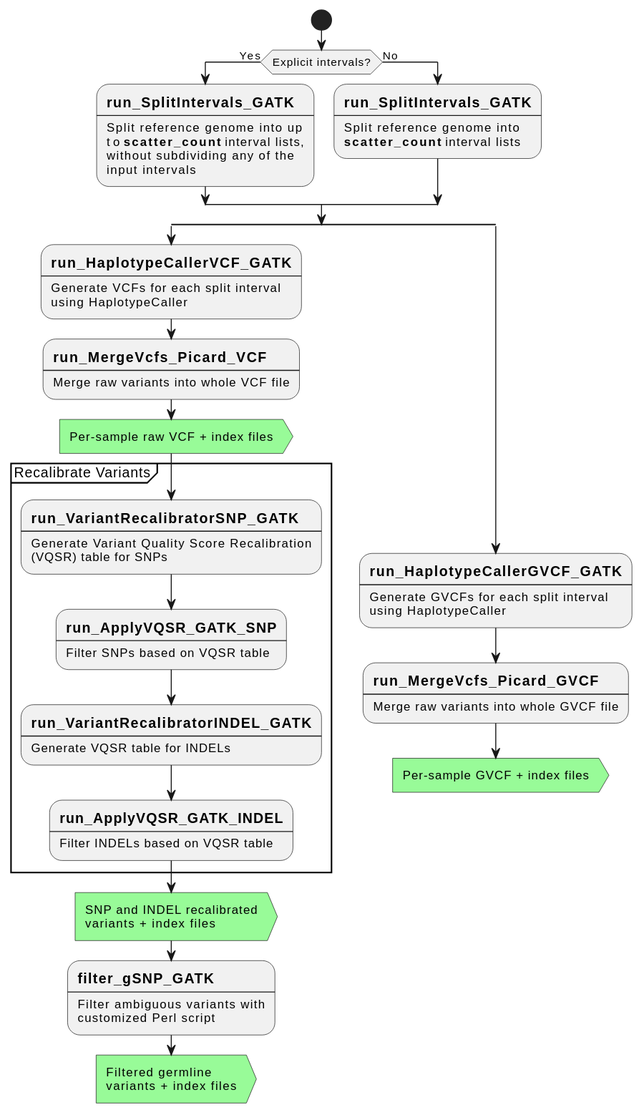
The PlantUML diagram docs/call-gsnp-flow.svg in uclahs-cds/pipeline-call-gSNP, before a commit. The source it was exported from:
```plantuml
@startuml

skinparam ConditionEndStyle hline

start

if (Explicit intervals?) is (Yes) then
    :==run_SplitIntervals_GATK
    ----
    Split reference genome into up
    to **scatter_count** interval lists,
    without subdividing any of the
    input intervals;
else (No)
    :==run_SplitIntervals_GATK
    ----
    Split reference genome into
    **scatter_count** interval lists;
endif

split

:==run_HaplotypeCallerVCF_GATK
----
Generate VCFs for each split interval
using HaplotypeCaller;

:==run_MergeVcfs_Picard_VCF
----
Merge raw variants into whole VCF file;

#palegreen:Per-sample raw VCF + index files>

partition "Recalibrate Variants" {

:==run_VariantRecalibratorSNP_GATK
----
Generate Variant Quality Score Recalibration
(VQSR) table for SNPs;

:==run_ApplyVQSR_GATK_SNP
----
Filter SNPs based on VQSR table;

:==run_VariantRecalibratorINDEL_GATK
----
Generate VQSR table for INDELs;

:==run_ApplyVQSR_GATK_INDEL
----
Filter INDELs based on VQSR table;

}

#palegreen:SNP and INDEL recalibrated
variants + index files>

:==filter_gSNP_GATK
----
Filter ambiguous variants with
customized Perl script;

#palegreen:Filtered germline
variants + index files>

detach

split again

:==run_HaplotypeCallerGVCF_GATK
----
Generate GVCFs for each split interval
using HaplotypeCaller;

:==run_MergeVcfs_Picard_GVCF
----
Merge raw variants into whole GVCF file;

#palegreen:Per-sample GVCF + index files>

detach

endsplit


@enduml
```
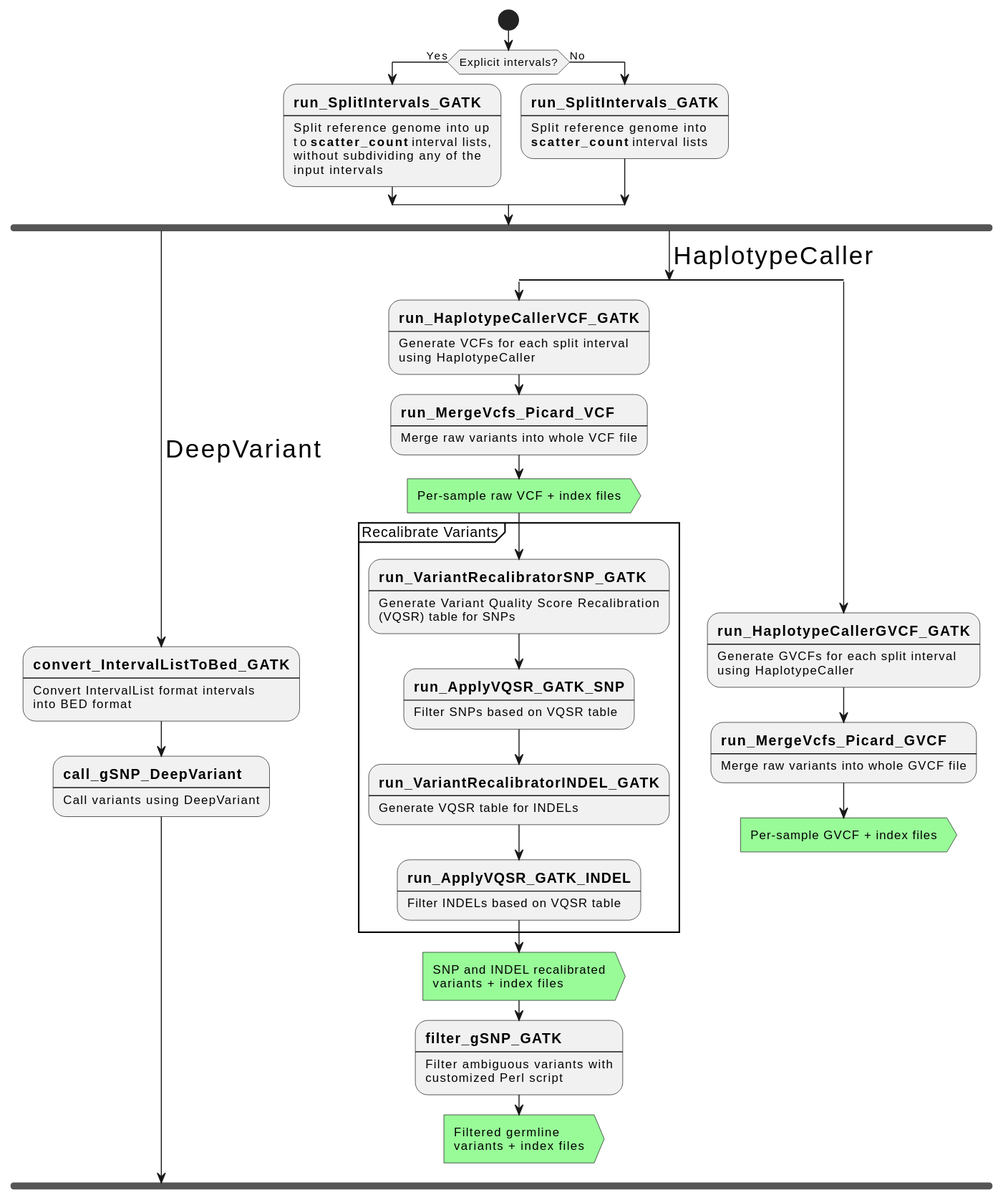
The same diagram one commit later.

What changed in the source:
```diff
@@ -5,82 +5,93 @@
 start
 
 if (Explicit intervals?) is (Yes) then
-    :==run_SplitIntervals_GATK
-    ----
-    Split reference genome into up
-    to **scatter_count** interval lists,
-    without subdividing any of the
-    input intervals;
+  :==run_SplitIntervals_GATK
+  ----
+  Split reference genome into up
+  to **scatter_count** interval lists,
+  without subdividing any of the
+  input intervals;
 else (No)
-    :==run_SplitIntervals_GATK
-    ----
-    Split reference genome into
-    **scatter_count** interval lists;
+  :==run_SplitIntervals_GATK
+  ----
+  Split reference genome into
+  **scatter_count** interval lists;
 endif
 
-split
+fork
+  -><size:25>DeepVariant</size>;
+  :==convert_IntervalListToBed_GATK
+  ----
+  Convert IntervalList format intervals
+  into BED format;
+  :==call_gSNP_DeepVariant
+  ----
+  Call variants using DeepVariant;
+fork again
+  -><size:25>HaplotypeCaller</size>;
+  split
 
-:==run_HaplotypeCallerVCF_GATK
-----
-Generate VCFs for each split interval
-using HaplotypeCaller;
+  :==run_HaplotypeCallerVCF_GATK
+  ----
+  Generate VCFs for each split interval
+  using HaplotypeCaller;
 
-:==run_MergeVcfs_Picard_VCF
-----
-Merge raw variants into whole VCF file;
+  :==run_MergeVcfs_Picard_VCF
+  ----
+  Merge raw variants into whole VCF file;
 
-#palegreen:Per-sample raw VCF + index files>
+  #palegreen:Per-sample raw VCF + index files>
 
-partition "Recalibrate Variants" {
+  partition "Recalibrate Variants" {
 
-:==run_VariantRecalibratorSNP_GATK
-----
-Generate Variant Quality Score Recalibration
-(VQSR) table for SNPs;
+  :==run_VariantRecalibratorSNP_GATK
+  ----
+  Generate Variant Quality Score Recalibration
+  (VQSR) table for SNPs;
 
-:==run_ApplyVQSR_GATK_SNP
-----
-Filter SNPs based on VQSR table;
+  :==run_ApplyVQSR_GATK_SNP
+  ----
+  Filter SNPs based on VQSR table;
 
-:==run_VariantRecalibratorINDEL_GATK
-----
-Generate VQSR table for INDELs;
+  :==run_VariantRecalibratorINDEL_GATK
+  ----
+  Generate VQSR table for INDELs;
 
-:==run_ApplyVQSR_GATK_INDEL
-----
-Filter INDELs based on VQSR table;
+  :==run_ApplyVQSR_GATK_INDEL
+  ----
+  Filter INDELs based on VQSR table;
 
-}
+  }
 
-#palegreen:SNP and INDEL recalibrated
-variants + index files>
+  #palegreen:SNP and INDEL recalibrated
+  variants + index files>
 
-:==filter_gSNP_GATK
-----
-Filter ambiguous variants with
-customized Perl script;
+  :==filter_gSNP_GATK
+  ----
+  Filter ambiguous variants with
+  customized Perl script;
 
-#palegreen:Filtered germline
-variants + index files>
+  #palegreen:Filtered germline
+  variants + index files>
 
-detach
+  detach
 
-split again
+  split again
 
-:==run_HaplotypeCallerGVCF_GATK
-----
-Generate GVCFs for each split interval
-using HaplotypeCaller;
+  :==run_HaplotypeCallerGVCF_GATK
+  ----
+  Generate GVCFs for each split interval
+  using HaplotypeCaller;
 
-:==run_MergeVcfs_Picard_GVCF
-----
-Merge raw variants into whole GVCF file;
+  :==run_MergeVcfs_Picard_GVCF
+  ----
+  Merge raw variants into whole GVCF file;
 
-#palegreen:Per-sample GVCF + index files>
+  #palegreen:Per-sample GVCF + index files>
 
-detach
+  detach
 
-endsplit
-
+  endsplit
+end fork
 
 @enduml
```
